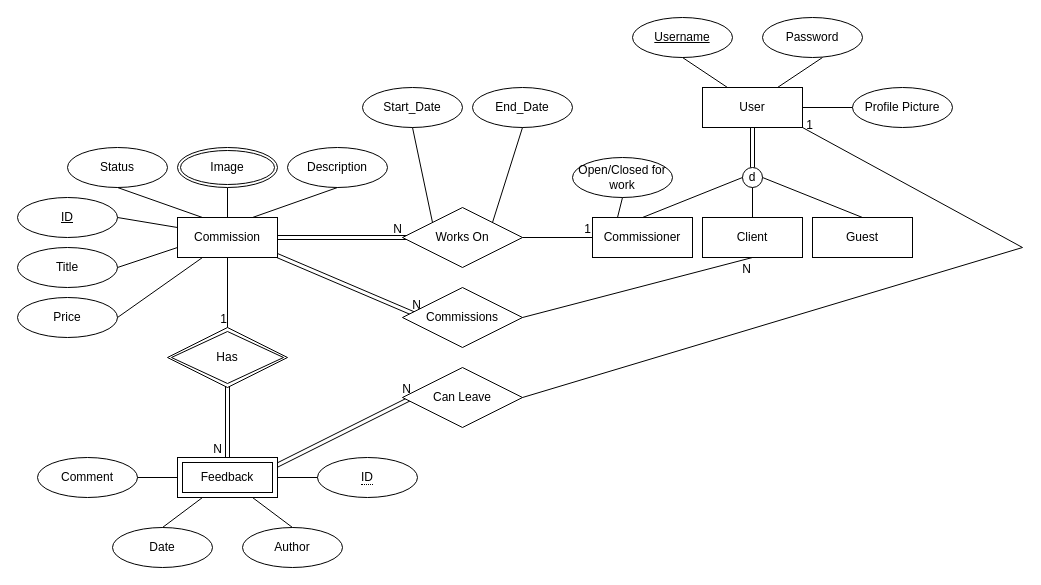
Before: Diagrams/Phase1.drawio in CocoaMilka/CS2300_Diagrams, a draw.io diagram. Source tidied: cells renumbered, new cells numbered last; positions are measured from the earlier drawing's top-left corner, leaving out a move shared by most shapes. Both pictures are drawn from the tidied source at 100%, with x=0, y=0 at pixel (17, 17).
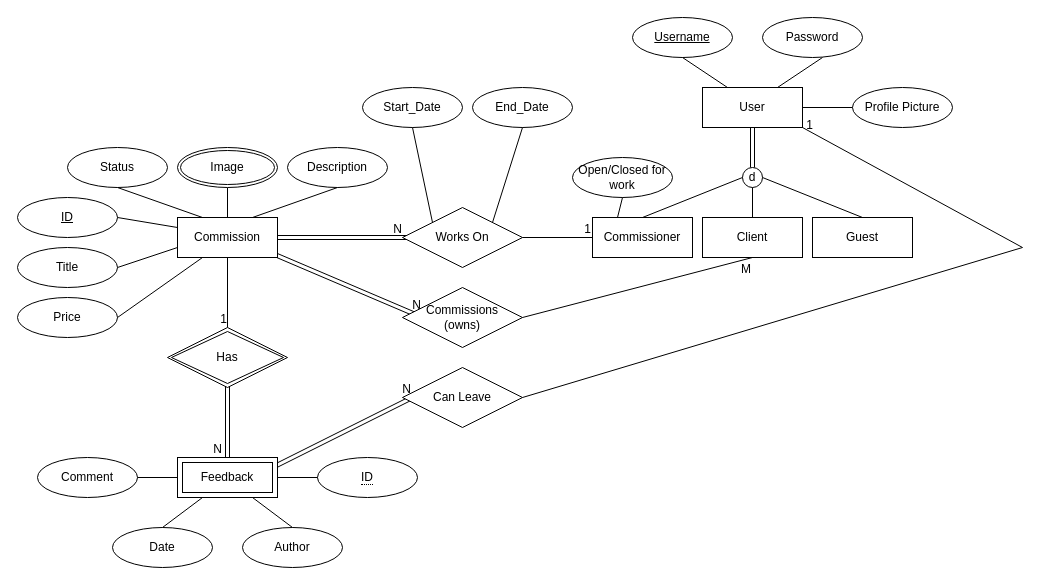
The same page after the edit.

The change refers to these unchanged cells:
```xml
<mxCell id="53" style="endArrow=none;html=1;rounded=0;exitX=1;exitY=0.5;exitDx=0;exitDy=0;entryX=0.5;entryY=1;entryDx=0;entryDy=0;" parent="1" edge="1" source="52" target="13">
  <mxGeometry relative="1" as="geometry" />
</mxCell>
```

Diff of the diagram source:
```diff
@@
-    <mxCell id="52" value="Commissions" style="shape=rhombus;perimeter=rhombusPerimeter;whiteSpace=wrap;html=1;align=center;" parent="1" vertex="1">
+    <mxCell id="52" value="Commissions &lt;br&gt;(owns)" style="shape=rhombus;perimeter=rhombusPerimeter;whiteSpace=wrap;html=1;align=center;" parent="1" vertex="1">
       <mxGeometry x="385" y="270" width="120" height="60" as="geometry" />
     </mxCell>
@@
-    <mxCell id="54" value="N" style="html=1;whiteSpace=wrap;align=right;verticalAlign=bottom;" parent="53" vertex="1">
+    <mxCell id="54" value="M" style="html=1;whiteSpace=wrap;align=right;verticalAlign=bottom;" parent="53" vertex="1">
       <mxGeometry x="1" relative="1" as="geometry">
         <mxPoint y="20" as="offset" />
       </mxGeometry>
     </mxCell>
```
